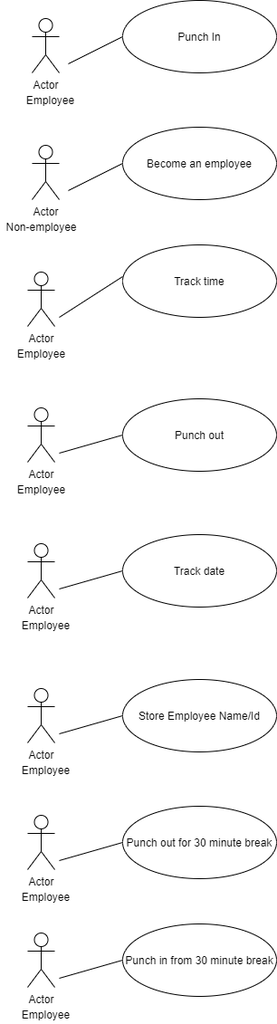
The draw.io diagram Use Case Model Diagram.png in code987-bio/alphalpha, before a commit. Source tidied: cells renumbered, new cells last; positions are measured from the earlier drawing's top-left corner, leaving out a move shared by most shapes.
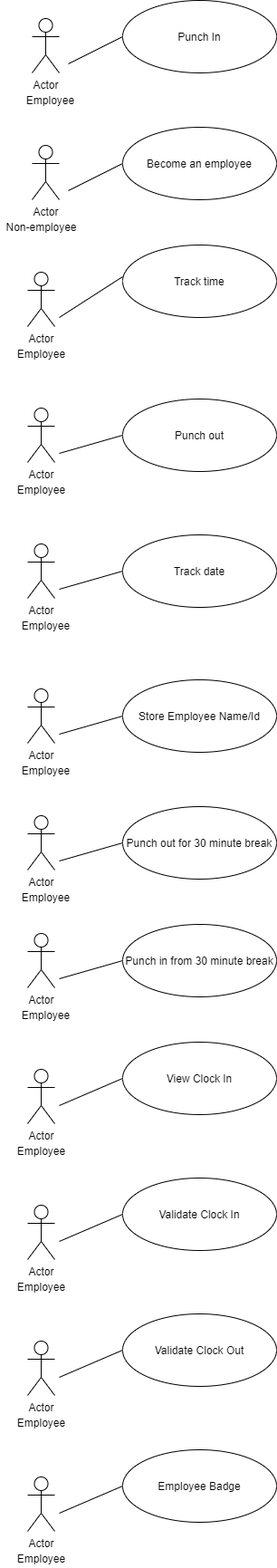
Later version of the same file.

Diff of the diagram source:
```diff
@@ -121,5 +121,65 @@
     <mxCell id="33" value="Employee" style="text;html=1;align=center;verticalAlign=middle;" parent="1" vertex="1">
       <mxGeometry x="15" y="1110" width="70" height="20" as="geometry" />
     </mxCell>
+    <mxCell id="34" value="Actor" style="shape=umlActor;verticalLabelPosition=bottom;verticalAlign=top;html=1;" parent="1" vertex="1">
+      <mxGeometry x="30" y="1180" width="30" height="60" as="geometry" />
+    </mxCell>
+    <mxCell id="35" value="Employee" style="text;html=1;align=center;verticalAlign=middle;" parent="1" vertex="1">
+      <mxGeometry x="10" y="1260" width="70" height="20" as="geometry" />
+    </mxCell>
+    <mxCell id="36" value="View Clock In" style="ellipse;whiteSpace=wrap;html=1;" parent="1" vertex="1">
+      <mxGeometry x="135" y="1150" width="170" height="80" as="geometry" />
+    </mxCell>
+    <mxCell id="37" style="endArrow=none;html=1;" parent="1" edge="1">
+      <mxGeometry relative="1" as="geometry">
+        <mxPoint x="65" y="1220" as="sourcePoint" />
+        <mxPoint x="135" y="1190" as="targetPoint" />
+      </mxGeometry>
+    </mxCell>
+    <mxCell id="38" value="Actor" style="shape=umlActor;verticalLabelPosition=bottom;verticalAlign=top;html=1;" parent="1" vertex="1">
+      <mxGeometry x="30" y="1330" width="30" height="60" as="geometry" />
+    </mxCell>
+    <mxCell id="39" value="Validate Clock In" style="ellipse;whiteSpace=wrap;html=1;" parent="1" vertex="1">
+      <mxGeometry x="135" y="1300" width="170" height="80" as="geometry" />
+    </mxCell>
+    <mxCell id="40" style="endArrow=none;html=1;" parent="1" edge="1">
+      <mxGeometry relative="1" as="geometry">
+        <mxPoint x="65" y="1370" as="sourcePoint" />
+        <mxPoint x="135" y="1340" as="targetPoint" />
+      </mxGeometry>
+    </mxCell>
+    <mxCell id="41" value="Employee" style="text;html=1;align=center;verticalAlign=middle;" parent="1" vertex="1">
+      <mxGeometry x="10" y="1410" width="70" height="20" as="geometry" />
+    </mxCell>
+    <mxCell id="42" value="Actor" style="shape=umlActor;verticalLabelPosition=bottom;verticalAlign=top;html=1;" parent="1" vertex="1">
+      <mxGeometry x="30" y="1480" width="30" height="60" as="geometry" />
+    </mxCell>
+    <mxCell id="43" value="Validate Clock Out" style="ellipse;whiteSpace=wrap;html=1;" parent="1" vertex="1">
+      <mxGeometry x="135" y="1450" width="170" height="80" as="geometry" />
+    </mxCell>
+    <mxCell id="44" style="endArrow=none;html=1;" parent="1" edge="1">
+      <mxGeometry relative="1" as="geometry">
+        <mxPoint x="65" y="1520" as="sourcePoint" />
+        <mxPoint x="135" y="1490" as="targetPoint" />
+      </mxGeometry>
+    </mxCell>
+    <mxCell id="45" value="Employee" style="text;html=1;align=center;verticalAlign=middle;" parent="1" vertex="1">
+      <mxGeometry x="10" y="1560" width="70" height="20" as="geometry" />
+    </mxCell>
+    <mxCell id="46" value="Actor" style="shape=umlActor;verticalLabelPosition=bottom;verticalAlign=top;html=1;" parent="1" vertex="1">
+      <mxGeometry x="30" y="1630" width="30" height="60" as="geometry" />
+    </mxCell>
+    <mxCell id="47" value="Employee Badge" style="ellipse;whiteSpace=wrap;html=1;" parent="1" vertex="1">
+      <mxGeometry x="135" y="1600" width="170" height="80" as="geometry" />
+    </mxCell>
+    <mxCell id="48" style="endArrow=none;html=1;" parent="1" edge="1">
+      <mxGeometry relative="1" as="geometry">
+        <mxPoint x="65" y="1670" as="sourcePoint" />
+        <mxPoint x="135" y="1640" as="targetPoint" />
+      </mxGeometry>
+    </mxCell>
+    <mxCell id="49" value="Employee" style="text;html=1;align=center;verticalAlign=middle;" parent="1" vertex="1">
+      <mxGeometry x="10" y="1710" width="70" height="20" as="geometry" />
+    </mxCell>
   </root>
 </mxGraphModel>
```
